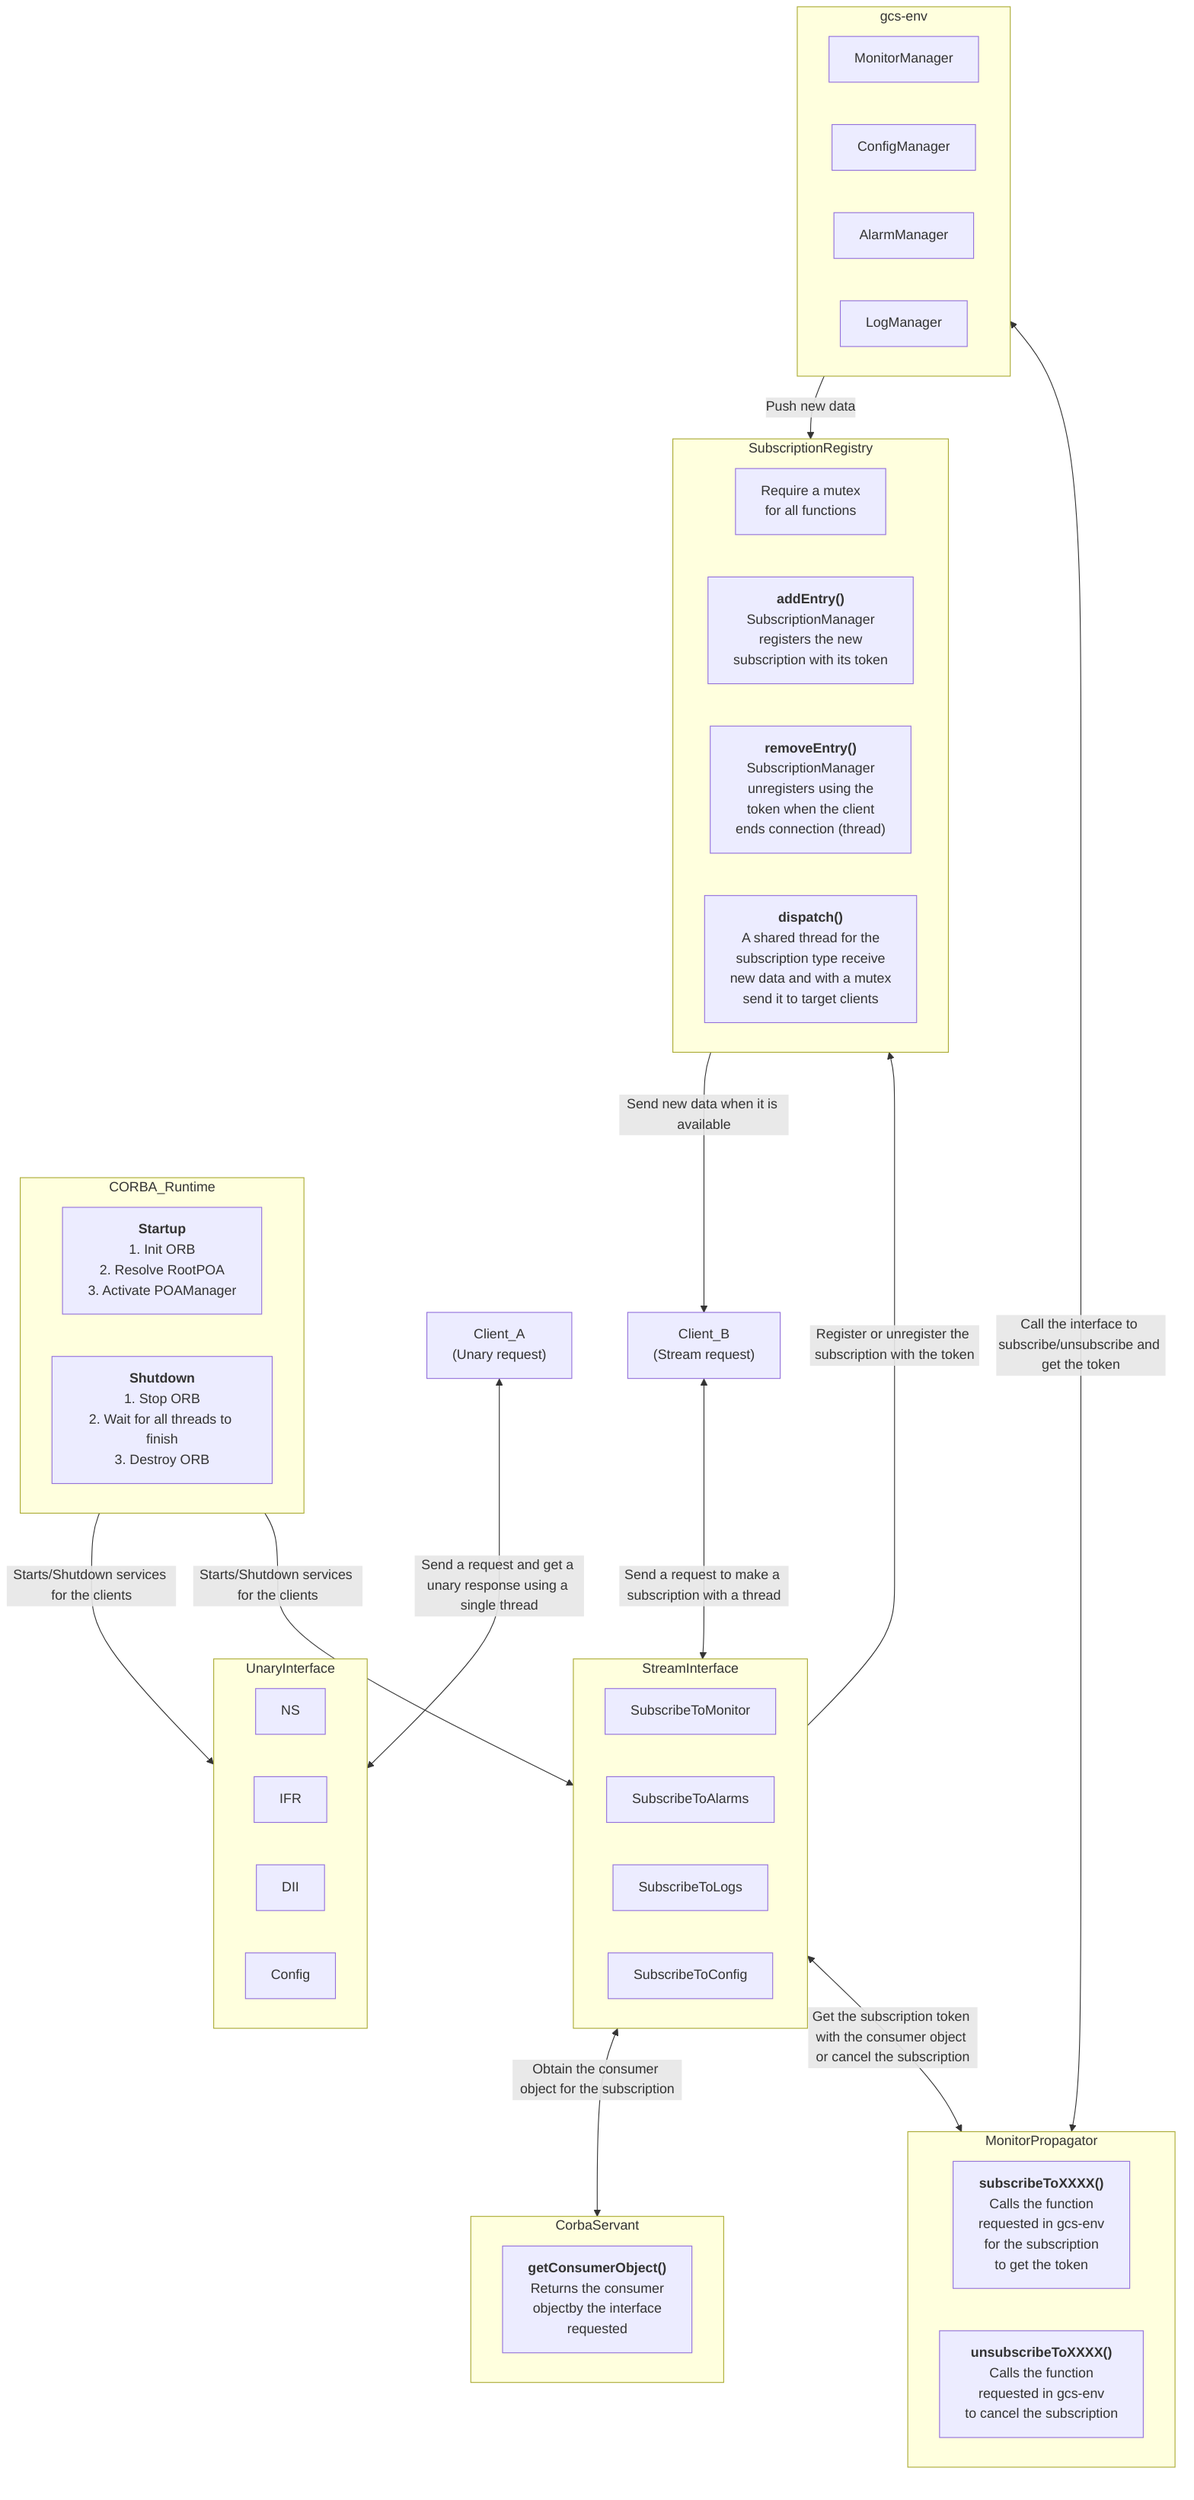
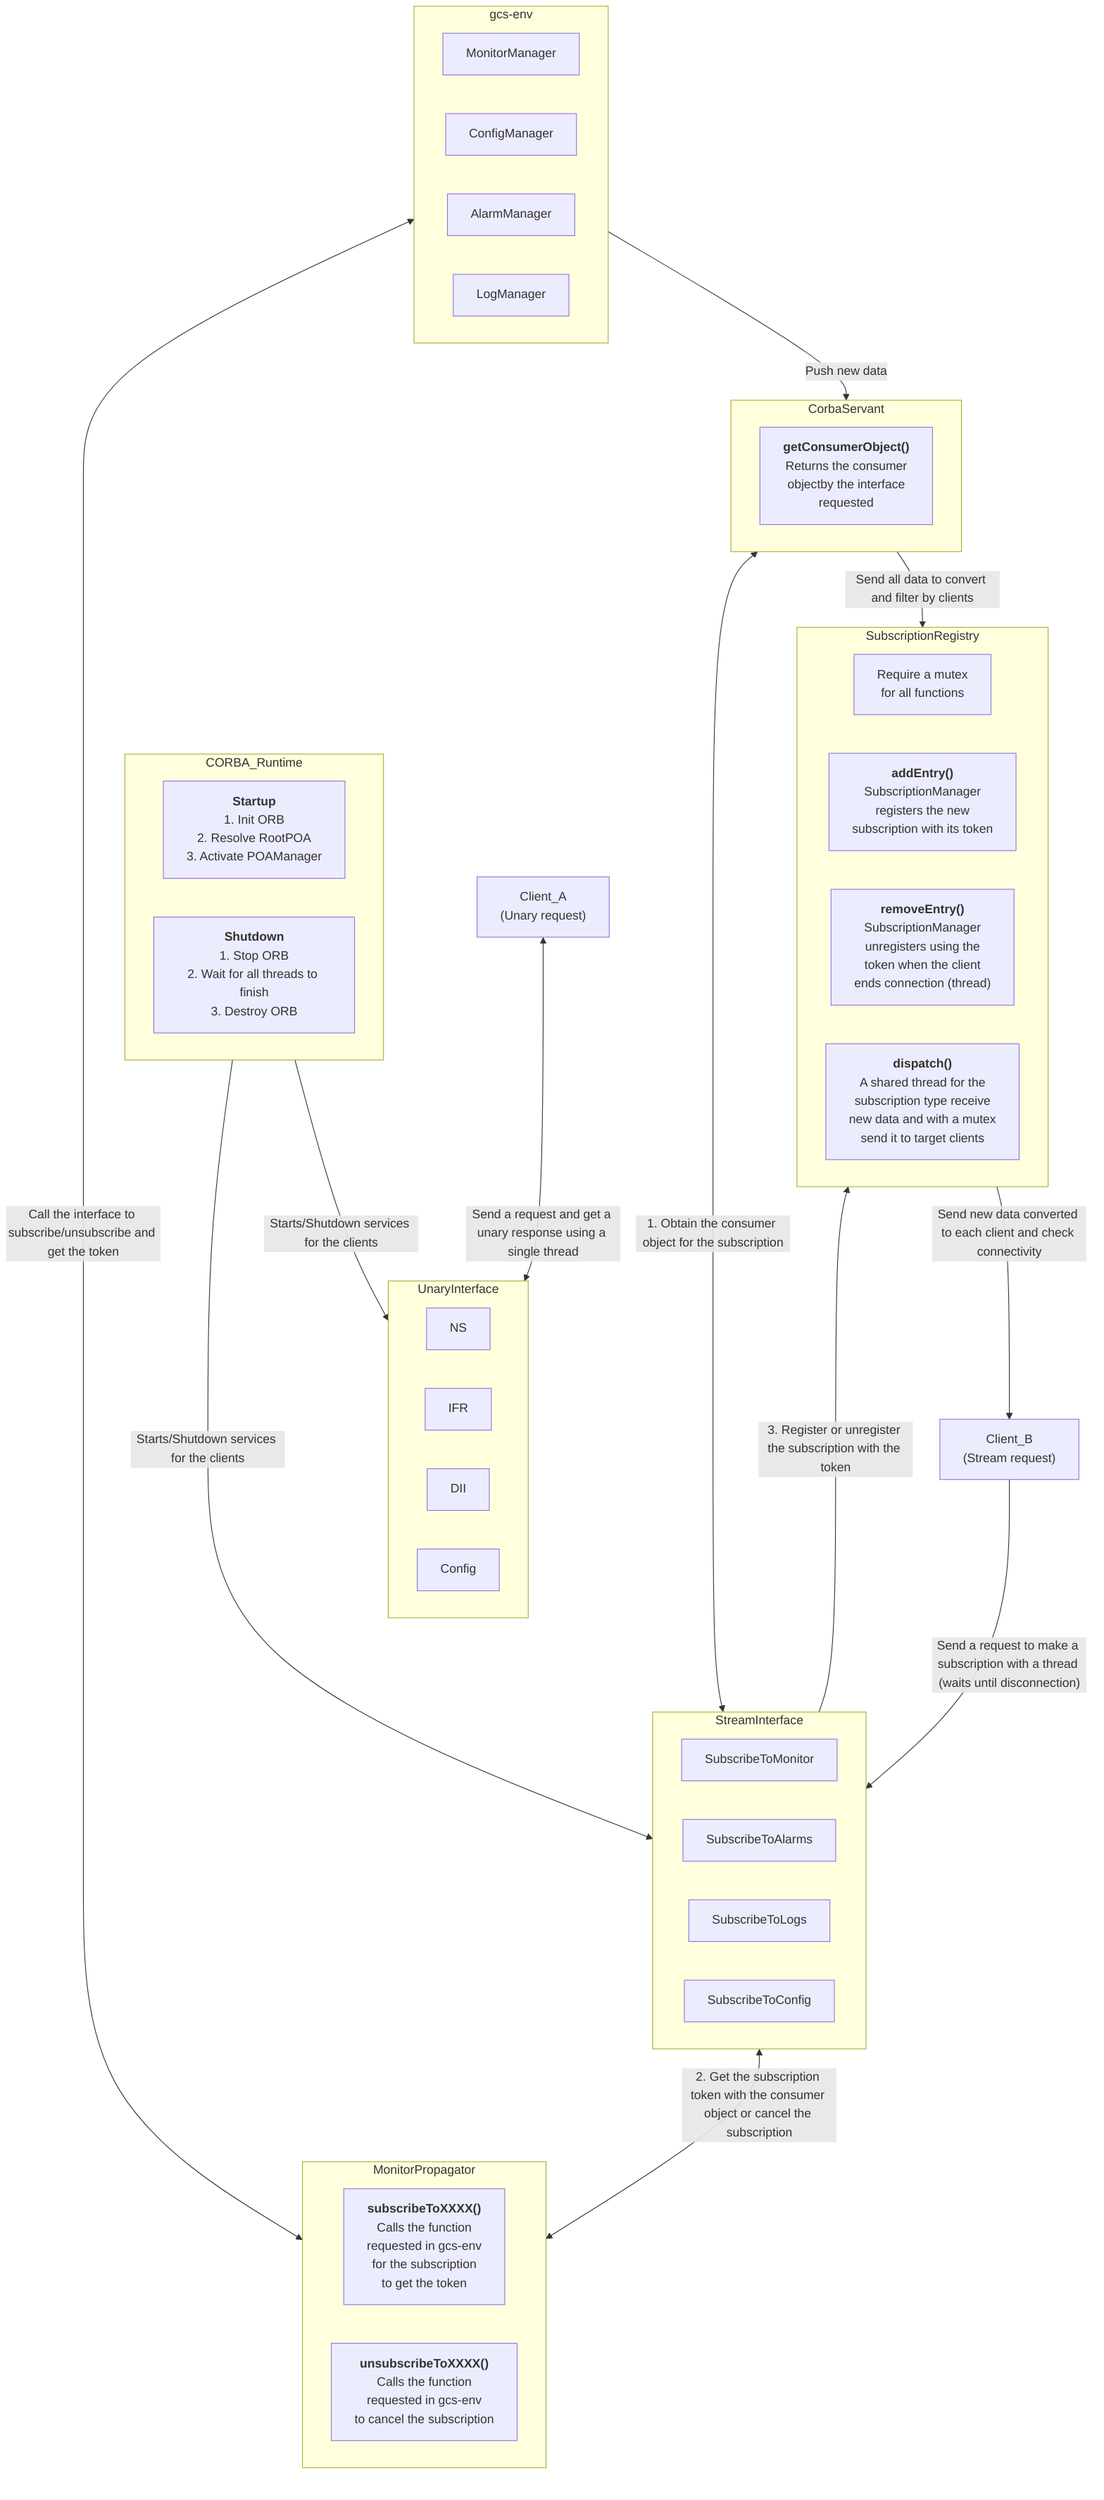
flowchart TD
    ClientA["`
            Client_A
            (Unary request)
            `"]
    ClientB["`
            Client_B
            (Stream request)
            `"]

    subgraph CORBA_Runtime
        Start["`
            **Startup**
            1. Init ORB
            2. Resolve RootPOA
            3. Activate POAManager
            `"]

        Shutdown["`
                **Shutdown**
                1. Stop ORB
                2. Wait for all threads to finish
                3. Destroy ORB
                `"]
    end

    subgraph UnaryInterface
        NS
        IFR
        DII
        Config
    end

    subgraph StreamInterface
        SubscribeToMonitor
        SubscribeToAlarms
        SubscribeToLogs
        SubscribeToConfig
    end

    subgraph SubscriptionRegistry
        Mutex["`
        Require a mutex
        for all functions
        `"]

        addEntry["`
                **addEntry()**
                SubscriptionManager
                registers the new
                subscription with its token
                `"]

        removeEntry["`
                    **removeEntry()**
                    SubscriptionManager
                    unregisters using the
                    token when the client
                    ends connection (thread)
                    `"]

        getData["`
                **dispatch()**
                A shared thread for the
                subscription type receive
                new data and with a mutex
                send it to target clients
                `"]
    end

    subgraph CorbaServant
        getConsumer["`
                    **getConsumerObject()**
                    Returns the consumer
                    objectby the interface
                    requested
                    `"]
    end

    subgraph MonitorPropagator
        subscribe["`
                **subscribeToXXXX()**
                Calls the function
                requested in gcs-env
                for the subscription
                to get the token
                `"]

        unsubscribe["`
                **unsubscribeToXXXX()**
                Calls the function
                requested in gcs-env
                to cancel the subscription
                `"]
    end

    subgraph gcs-env
        MonitorManager
        ConfigManager
        AlarmManager
        LogManager
    end

- CORBA_Runtime --Starts/Shutdown services for the clients---> UnaryInterface & StreamInterface
+ CORBA_Runtime --Starts/Shutdown services for the clients--> UnaryInterface
+ CORBA_Runtime --Starts/Shutdown services for the clients---> StreamInterface

+ ClientA <--Send a request and get a unary response using a single thread--> UnaryInterface
+ ClientB --Send a request to make a subscription with a thread (waits until disconnection)--> StreamInterface

- ClientA <--Send a request and get a unary response using a single thread---> UnaryInterface
- ClientB <--Send a request to make a subscription with a thread---> StreamInterface
- 
- StreamInterface <--Obtain the consumer object for the subscription--> CorbaServant
- StreamInterface <--Get the subscription token with the consumer object or cancel the subscription--> MonitorPropagator
+ StreamInterface <--1. Obtain the consumer object for the subscription--> CorbaServant
+ StreamInterface <--2. Get the subscription token with the consumer object or cancel the subscription--> MonitorPropagator

MonitorPropagator <--Call the interface to subscribe/unsubscribe and get the token--> gcs-env

- StreamInterface --Register or unregister the subscription with the token--> SubscriptionRegistry
+ StreamInterface --3. Register or unregister the subscription with the token--> SubscriptionRegistry

- gcs-env --Push new data--> SubscriptionRegistry
- SubscriptionRegistry --Send new data when it is available---> ClientB+ gcs-env --Push new data--> CorbaServant
+ CorbaServant --Send all data to convert and filter by clients--> SubscriptionRegistry
+ SubscriptionRegistry --Send new data converted to each client and check connectivity--> ClientB